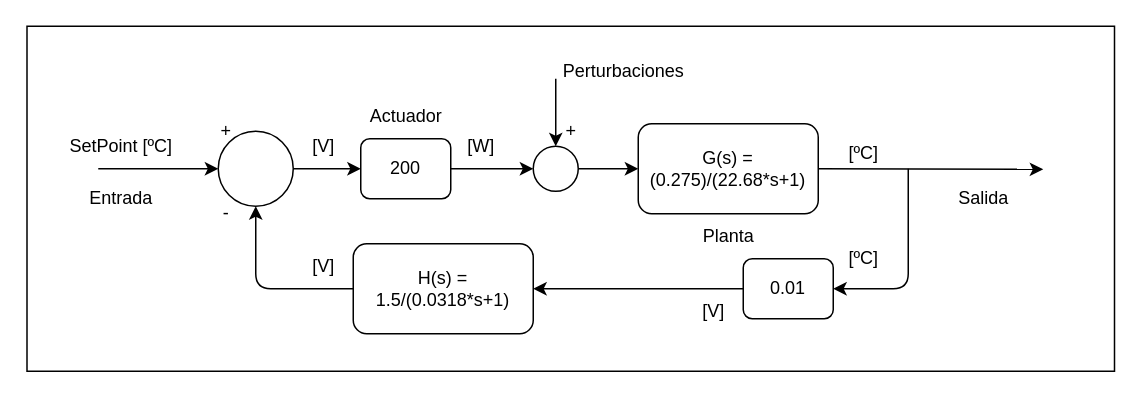
The draw.io diagram Diagramas/FT.drawio in nicopinera/sistema_control_tp, before the edit. Source tidied: cells renumbered, new cells numbered last; positions are measured from the earlier drawing's top-left corner, leaving out a move shared by most shapes. Both pictures are drawn from the tidied source at 150%, with x=0, y=0 at pixel (26, 26).
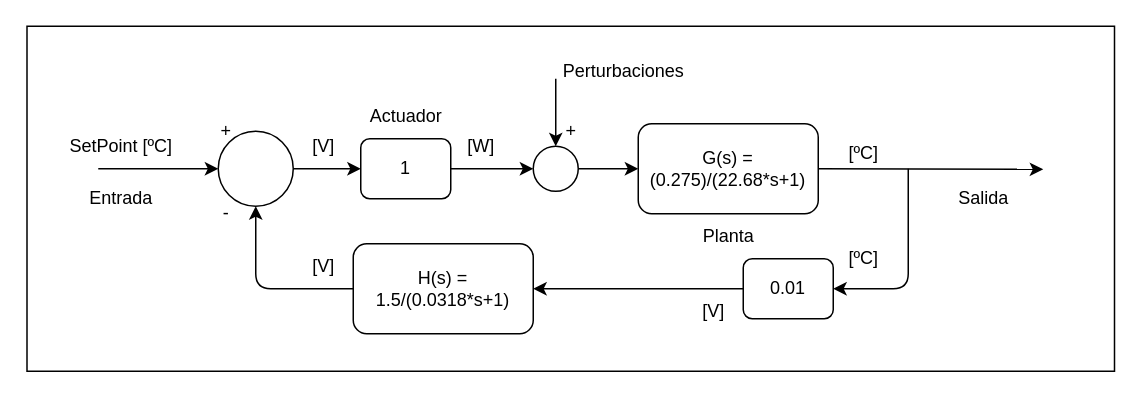
The same diagram, later.

Change to the diagram source:
```diff
@@
-    <mxCell id="6" value="200" style="rounded=1;whiteSpace=wrap;html=1;" parent="1" vertex="1">
+    <mxCell id="6" value="1" style="rounded=1;whiteSpace=wrap;html=1;" parent="1" vertex="1">
       <mxGeometry x="223" y="75" width="60" height="40" as="geometry" />
     </mxCell>
```
